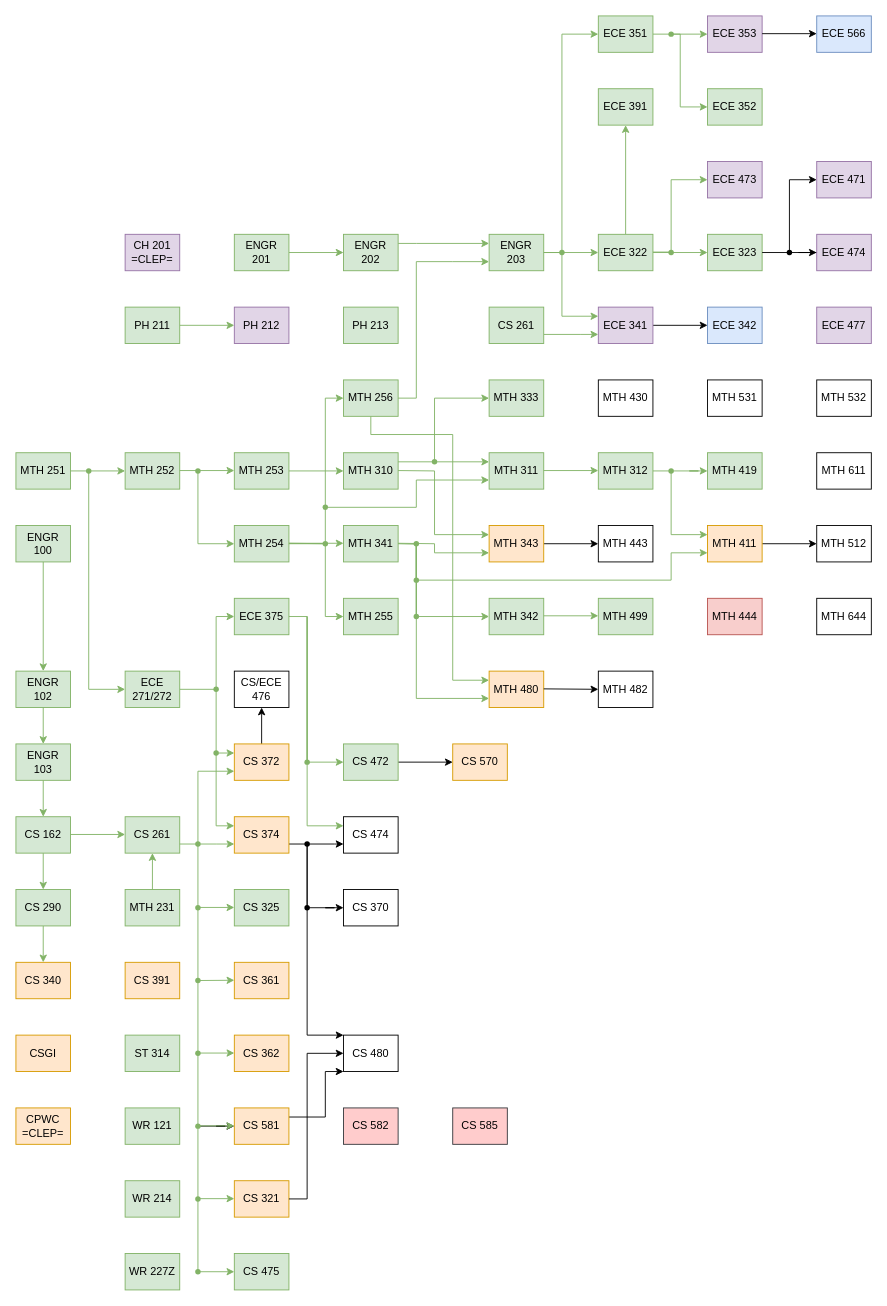
Above: Classes.drawio in Jonas-Carew/Class-Flowchart (draw.io), before the change. Source tidied: cells renumbered, new cells numbered last; positions are measured from the earlier drawing's top-left corner, leaving out a move shared by most shapes. Both pictures are drawn from the tidied source at 91%, with x=0, y=0 at pixel (15, 15).
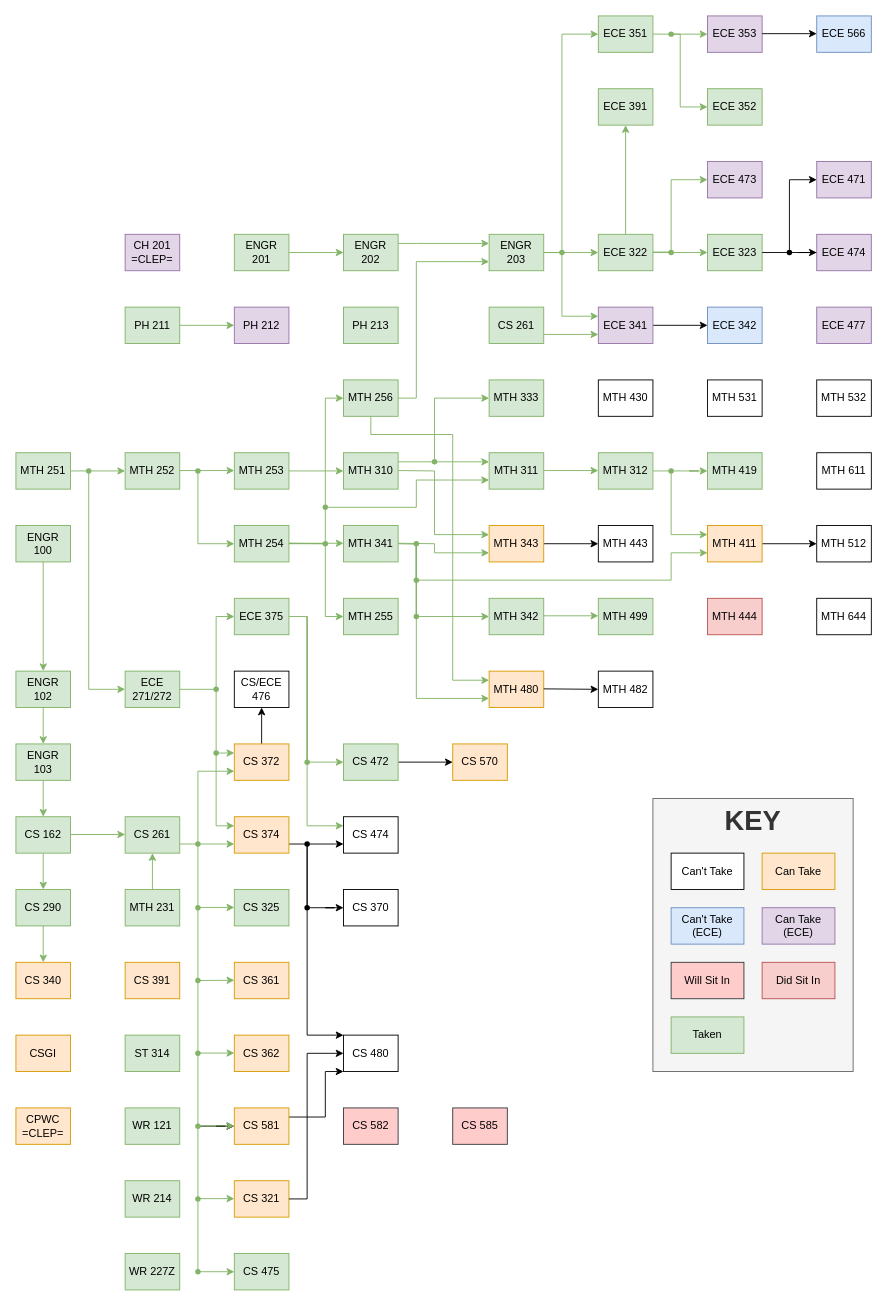
The same diagram, later.

Commit message:
Built a key

The edit, as a diff of the source:
```diff
@@
+    <mxCell id="177" style="group;" parent="1" vertex="1">
+      <mxGeometry x="700" y="860" width="220" height="300" as="geometry" />
+    </mxCell>
+    <mxCell id="178" value="&lt;div&gt;&lt;font style=&quot;font-size: 30px;&quot;&gt;&lt;b&gt;KEY&lt;/b&gt;&lt;/font&gt;&lt;/div&gt;" style="whiteSpace=wrap;html=1;fillColor=#f5f5f5;fontColor=#333333;strokeColor=#666666;verticalAlign=top;" parent="177" vertex="1">
+      <mxGeometry width="220" height="300" as="geometry" />
+    </mxCell>
+    <mxCell id="179" value="Can't Take" style="whiteSpace=wrap;html=1;rounded=0;" parent="177" vertex="1">
+      <mxGeometry x="20" y="60" width="80" height="40" as="geometry" />
+    </mxCell>
+    <mxCell id="180" value="Can Take" style="rounded=0;whiteSpace=wrap;html=1;fillColor=#ffe6cc;strokeColor=#d79b00;" parent="177" vertex="1">
+      <mxGeometry x="120" y="60" width="80" height="40" as="geometry" />
+    </mxCell>
+    <mxCell id="181" value="Will Sit In" style="rounded=0;whiteSpace=wrap;html=1;fillColor=#ffcccc;strokeColor=#36393d;" parent="177" vertex="1">
+      <mxGeometry x="20" y="180" width="80" height="40" as="geometry" />
+    </mxCell>
+    <mxCell id="182" value="Did Sit In" style="rounded=0;whiteSpace=wrap;html=1;fillColor=#f8cecc;strokeColor=#b85450;" parent="177" vertex="1">
+      <mxGeometry x="120" y="180" width="80" height="40" as="geometry" />
+    </mxCell>
+    <mxCell id="183" value="Can't Take (ECE)" style="rounded=0;whiteSpace=wrap;html=1;fillColor=#dae8fc;strokeColor=#6c8ebf;" parent="177" vertex="1">
+      <mxGeometry x="20" y="120" width="80" height="40" as="geometry" />
+    </mxCell>
+    <mxCell id="184" value="Can Take (ECE)" style="rounded=0;whiteSpace=wrap;html=1;fillColor=#e1d5e7;strokeColor=#9673a6;" parent="177" vertex="1">
+      <mxGeometry x="120" y="120" width="80" height="40" as="geometry" />
+    </mxCell>
+    <mxCell id="185" value="Taken" style="rounded=0;whiteSpace=wrap;html=1;fillColor=#D5E8D4;strokeColor=#82B366;" parent="177" vertex="1">
+      <mxGeometry x="20" y="240" width="80" height="40" as="geometry" />
+    </mxCell>
```
